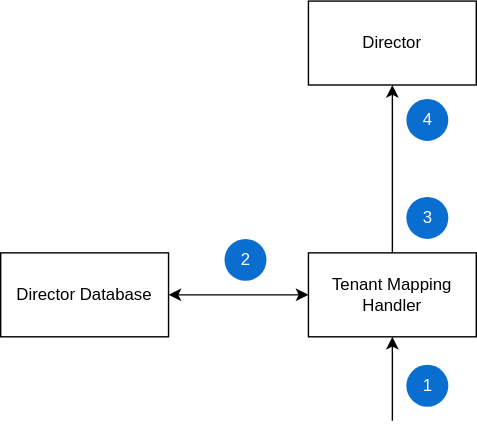
Earlier version of the draw.io export docs/director/assets/tenant-mapping.svg (kyma-incubator/compass). Source tidied: cells renumbered, new cells last; positions are measured from the earlier drawing's top-left corner, leaving out a move shared by most shapes.
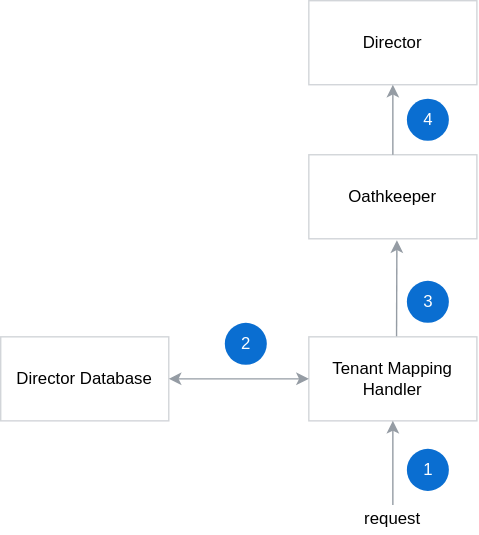
After the change.

Change to the diagram source:
```diff
@@ -2,24 +2,21 @@
   <root>
     <mxCell id="0" />
     <mxCell id="1" parent="0" />
-    <mxCell id="2" value="Director" style="rounded=0;whiteSpace=wrap;html=1;" parent="1" vertex="1">
-      <mxGeometry x="220" width="120" height="60" as="geometry" />
+    <mxCell id="2" value="Director" style="rounded=0;whiteSpace=wrap;html=1;strokeColor=#D2D5D9;" parent="1" vertex="1">
+      <mxGeometry x="220" y="-60" width="120" height="60" as="geometry" />
     </mxCell>
-    <mxCell id="3" value="Tenant Mapping Handler" style="rounded=0;whiteSpace=wrap;html=1;" parent="1" vertex="1">
+    <mxCell id="3" value="Tenant Mapping Handler" style="rounded=0;whiteSpace=wrap;html=1;strokeColor=#D2D5D9;" parent="1" vertex="1">
       <mxGeometry x="220" y="180" width="120" height="60" as="geometry" />
     </mxCell>
-    <mxCell id="4" style="endArrow=classic;html=1;entryX=0.5;entryY=1;entryDx=0;entryDy=0;" parent="1" edge="1" target="3">
+    <mxCell id="4" style="endArrow=classic;html=1;entryX=0.5;entryY=1;entryDx=0;entryDy=0;strokeColor=#959CA4;" parent="1" edge="1" target="3">
       <mxGeometry relative="1" as="geometry">
         <mxPoint x="280" y="300" as="sourcePoint" />
       </mxGeometry>
     </mxCell>
-    <mxCell id="5" style="endArrow=classic;html=1;exitX=0.5;exitY=0;exitDx=0;exitDy=0;entryX=0.5;entryY=1;entryDx=0;entryDy=0;" parent="1" edge="1" source="3" target="2">
-      <mxGeometry relative="1" as="geometry" />
-    </mxCell>
-    <mxCell id="6" value="Director Database" style="rounded=0;whiteSpace=wrap;html=1;" parent="1" vertex="1">
+    <mxCell id="6" value="Director Database" style="rounded=0;whiteSpace=wrap;html=1;strokeColor=#D2D5D9;" parent="1" vertex="1">
       <mxGeometry y="180" width="120" height="60" as="geometry" />
     </mxCell>
-    <mxCell id="7" style="endArrow=classic;startArrow=classic;html=1;exitX=1;exitY=0.5;exitDx=0;exitDy=0;entryX=0;entryY=0.5;entryDx=0;entryDy=0;" parent="1" edge="1" source="6" target="3">
+    <mxCell id="7" style="endArrow=classic;startArrow=classic;html=1;exitX=1;exitY=0.5;exitDx=0;exitDy=0;entryX=0;entryY=0.5;entryDx=0;entryDy=0;strokeColor=#959CA4;" parent="1" edge="1" source="6" target="3">
       <mxGeometry relative="1" as="geometry" />
     </mxCell>
     <mxCell id="8" value="1" style="verticalLabelPosition=middle;verticalAlign=middle;html=1;strokeWidth=2;shape=mxgraph.flowchart.on-page_reference;fillColor=#0A6ED1;strokeColor=none;fontFamily=Helvetica;labelPosition=center;align=center;fontColor=#FFFFFF;" parent="1" vertex="1">
@@ -32,7 +29,19 @@
       <mxGeometry x="290" y="140" width="30" height="30" as="geometry" />
     </mxCell>
     <mxCell id="11" value="4" style="verticalLabelPosition=middle;verticalAlign=middle;html=1;strokeWidth=2;shape=mxgraph.flowchart.on-page_reference;fillColor=#0A6ED1;strokeColor=none;fontFamily=Helvetica;labelPosition=center;align=center;fontColor=#FFFFFF;" parent="1" vertex="1">
-      <mxGeometry x="290" y="70" width="30" height="30" as="geometry" />
+      <mxGeometry x="290" y="10" width="30" height="30" as="geometry" />
     </mxCell>
+    <mxCell id="12" value="request" style="text;html=1;strokeColor=none;fillColor=none;align=center;verticalAlign=middle;whiteSpace=wrap;rounded=0;" parent="1" vertex="1">
+      <mxGeometry x="260" y="300" width="40" height="20" as="geometry" />
+    </mxCell>
+    <mxCell id="13" value="Oathkeeper" style="rounded=0;whiteSpace=wrap;html=1;strokeColor=#D2D5D9;" parent="1" vertex="1">
+      <mxGeometry x="220" y="50" width="120" height="60" as="geometry" />
+    </mxCell>
+    <mxCell id="14" style="endArrow=classic;html=1;entryX=0.5;entryY=1;entryDx=0;entryDy=0;strokeColor=#959CA4;exitX=0.5;exitY=0;exitDx=0;exitDy=0;" parent="1" edge="1" source="13" target="2">
+      <mxGeometry relative="1" as="geometry" />
+    </mxCell>
+    <mxCell id="15" style="endArrow=classic;html=1;entryX=0.524;entryY=1.017;entryDx=0;entryDy=0;exitX=0.522;exitY=-0.006;exitDx=0;exitDy=0;exitPerimeter=0;entryPerimeter=0;strokeColor=#959CA4;" parent="1" edge="1" source="3" target="13">
+      <mxGeometry relative="1" as="geometry" />
+    </mxCell>
   </root>
 </mxGraphModel>
```
